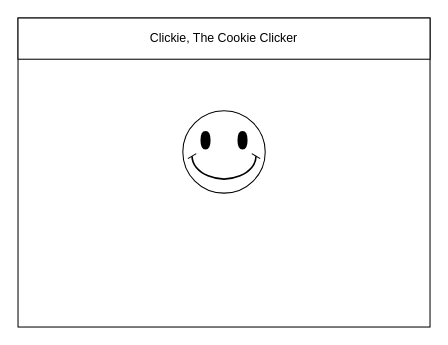
Before: design/story-board.drawio in sam-corbett/ICS2O-Unit6-02-JS, a draw.io diagram. Source tidied: cells renumbered, new cells numbered last; positions are measured from the earlier drawing's top-left corner, leaving out a move shared by most shapes. Both pictures are drawn from the tidied source at 103%, with x=0, y=0 at pixel (18, 18).
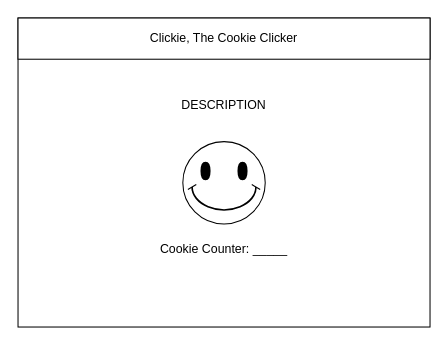
Above is the later version.

The edit, as a diff of the source:
```diff
@@
 <mxGraphModel>
   <root>
     <mxCell id="0" />
     <mxCell id="1" parent="0" />
     <mxCell id="2" style="rounded=0;whiteSpace=wrap;html=1;" parent="1" vertex="1">
       <mxGeometry width="400" height="300" as="geometry" />
     </mxCell>
     <mxCell id="3" value="Clickie, The Cookie Clicker" style="rounded=0;whiteSpace=wrap;html=1;" parent="1" vertex="1">
       <mxGeometry width="400" height="40" as="geometry" />
     </mxCell>
     <mxCell id="4" style="verticalLabelPosition=bottom;verticalAlign=top;html=1;shape=mxgraph.basic.smiley;fillColor=#FFFFFF;" parent="1" vertex="1">
-      <mxGeometry x="160" y="90" width="80" height="80" as="geometry" />
+      <mxGeometry x="160" y="120" width="80" height="80" as="geometry" />
     </mxCell>
+    <mxCell id="5" value="DESCRIPTION" style="text;html=1;strokeColor=none;fillColor=none;align=center;verticalAlign=middle;whiteSpace=wrap;rounded=0;" parent="1" vertex="1">
+      <mxGeometry x="150" y="70" width="100" height="30" as="geometry" />
+    </mxCell>
+    <mxCell id="6" value="Cookie Counter: _____" style="text;html=1;strokeColor=none;fillColor=none;align=center;verticalAlign=middle;whiteSpace=wrap;rounded=0;" parent="1" vertex="1">
+      <mxGeometry x="135" y="210" width="130" height="30" as="geometry" />
+    </mxCell>
   </root>
 </mxGraphModel>
```
